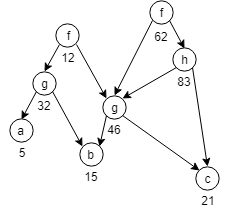
The draw.io diagram presentation/resources/11_sngp_fitness.png in RobinLockyer/Honours-Year-Project, before a commit. Source tidied: cells renumbered, new cells last; positions are measured from the earlier drawing's top-left corner, leaving out a move shared by most shapes.
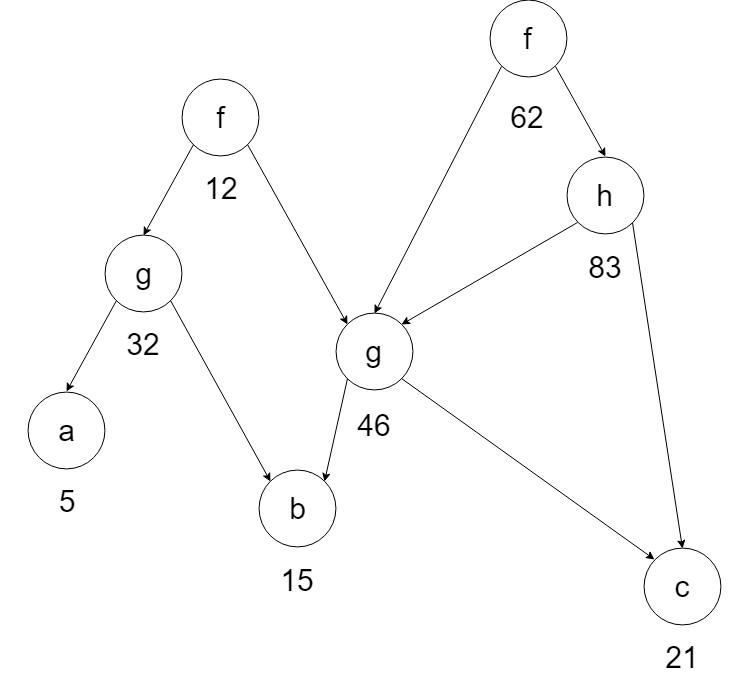
Later version of the same file.

What changed in the source:
```diff
@@ -2,26 +2,26 @@
   <root>
     <mxCell id="0" />
     <mxCell id="1" parent="0" />
-    <mxCell id="2" value="f" style="ellipse;whiteSpace=wrap;html=1;" parent="1" vertex="1">
-      <mxGeometry x="54.7" y="23.8" width="23.3" height="23.3" as="geometry" />
+    <mxCell id="2" value="&lt;font style=&quot;font-size: 30px&quot;&gt;f&lt;/font&gt;" style="ellipse;whiteSpace=wrap;html=1;" parent="1" vertex="1">
+      <mxGeometry x="181.8" y="78.2" width="76.8" height="76.8" as="geometry" />
     </mxCell>
-    <mxCell id="3" value="f" style="ellipse;whiteSpace=wrap;html=1;" parent="1" vertex="1">
-      <mxGeometry x="148" width="23.3" height="23.3" as="geometry" />
+    <mxCell id="3" value="&lt;font style=&quot;font-size: 30px&quot;&gt;f&lt;/font&gt;" style="ellipse;whiteSpace=wrap;html=1;" parent="1" vertex="1">
+      <mxGeometry x="489.3" width="76.8" height="76.8" as="geometry" />
     </mxCell>
-    <mxCell id="4" value="h" style="ellipse;whiteSpace=wrap;html=1;" parent="1" vertex="1">
-      <mxGeometry x="171.3" y="47.5" width="23.3" height="23.3" as="geometry" />
+    <mxCell id="4" value="&lt;font style=&quot;font-size: 30px&quot;&gt;h&lt;/font&gt;" style="ellipse;whiteSpace=wrap;html=1;" parent="1" vertex="1">
+      <mxGeometry x="566.2" y="156.4" width="76.8" height="76.8" as="geometry" />
     </mxCell>
     <mxCell id="5" style="rounded=0;html=1;exitX=1;exitY=1;entryX=0.5;entryY=0;jettySize=auto;endArrow=classic;endFill=1;" parent="1" edge="1" source="3" target="4">
       <mxGeometry relative="1" as="geometry" />
     </mxCell>
-    <mxCell id="6" value="g" style="ellipse;whiteSpace=wrap;html=1;" parent="1" vertex="1">
-      <mxGeometry x="31.3" y="71.2" width="23.3" height="23.3" as="geometry" />
+    <mxCell id="6" value="&lt;font style=&quot;font-size: 30px&quot;&gt;g&lt;/font&gt;" style="ellipse;whiteSpace=wrap;html=1;" parent="1" vertex="1">
+      <mxGeometry x="104.9" y="234.7" width="76.8" height="76.8" as="geometry" />
     </mxCell>
     <mxCell id="7" style="edgeStyle=none;rounded=0;html=1;exitX=0;exitY=1;entryX=0.5;entryY=0;endArrow=classic;endFill=1;jettySize=auto;" parent="1" edge="1" source="2" target="6">
       <mxGeometry relative="1" as="geometry" />
     </mxCell>
-    <mxCell id="8" value="g" style="ellipse;whiteSpace=wrap;html=1;" parent="1" vertex="1">
-      <mxGeometry x="101.3" y="95" width="23.3" height="23.3" as="geometry" />
+    <mxCell id="8" value="&lt;font style=&quot;font-size: 30px&quot;&gt;g&lt;/font&gt;" style="ellipse;whiteSpace=wrap;html=1;" parent="1" vertex="1">
+      <mxGeometry x="335.6" y="312.9" width="76.8" height="76.8" as="geometry" />
     </mxCell>
     <mxCell id="9" style="edgeStyle=none;rounded=0;html=1;exitX=1;exitY=1;entryX=0;entryY=0;endArrow=classic;endFill=1;jettySize=auto;" parent="1" edge="1" source="2" target="8">
       <mxGeometry relative="1" as="geometry" />
@@ -32,14 +32,14 @@
     <mxCell id="11" style="edgeStyle=none;rounded=0;html=1;exitX=0;exitY=1;entryX=1;entryY=0;endArrow=classic;endFill=1;jettySize=auto;" parent="1" edge="1" source="4" target="8">
       <mxGeometry relative="1" as="geometry" />
     </mxCell>
-    <mxCell id="12" value="a" style="ellipse;whiteSpace=wrap;html=1;" parent="1" vertex="1">
-      <mxGeometry x="8" y="118.8" width="23.3" height="23.3" as="geometry" />
+    <mxCell id="12" value="&lt;font style=&quot;font-size: 30px&quot;&gt;a&lt;/font&gt;" style="ellipse;whiteSpace=wrap;html=1;" parent="1" vertex="1">
+      <mxGeometry x="28" y="391.1" width="76.8" height="76.8" as="geometry" />
     </mxCell>
     <mxCell id="13" style="edgeStyle=none;rounded=0;html=1;exitX=0;exitY=1;entryX=0.5;entryY=0;endArrow=classic;endFill=1;jettySize=auto;" parent="1" edge="1" source="6" target="12">
       <mxGeometry relative="1" as="geometry" />
     </mxCell>
-    <mxCell id="14" value="b" style="ellipse;whiteSpace=wrap;html=1;" parent="1" vertex="1">
-      <mxGeometry x="78" y="142.5" width="23.3" height="23.3" as="geometry" />
+    <mxCell id="14" value="&lt;font style=&quot;font-size: 30px&quot;&gt;b&lt;/font&gt;" style="ellipse;whiteSpace=wrap;html=1;" parent="1" vertex="1">
+      <mxGeometry x="258.7" y="469.3" width="76.8" height="76.8" as="geometry" />
     </mxCell>
     <mxCell id="15" style="edgeStyle=none;rounded=0;html=1;exitX=1;exitY=1;entryX=0;entryY=0;endArrow=classic;endFill=1;jettySize=auto;" parent="1" edge="1" source="6" target="14">
       <mxGeometry relative="1" as="geometry" />
@@ -47,8 +47,8 @@
     <mxCell id="16" style="edgeStyle=none;rounded=0;html=1;exitX=0;exitY=1;entryX=1;entryY=0;endArrow=classic;endFill=1;jettySize=auto;" parent="1" edge="1" source="8" target="14">
       <mxGeometry relative="1" as="geometry" />
     </mxCell>
-    <mxCell id="17" value="c" style="ellipse;whiteSpace=wrap;html=1;" parent="1" vertex="1">
-      <mxGeometry x="194.7" y="166.2" width="23.3" height="23.3" as="geometry" />
+    <mxCell id="17" value="&lt;font style=&quot;font-size: 30px&quot;&gt;c&lt;/font&gt;" style="ellipse;whiteSpace=wrap;html=1;" parent="1" vertex="1">
+      <mxGeometry x="643.1" y="547.6" width="76.8" height="76.8" as="geometry" />
     </mxCell>
     <mxCell id="18" style="edgeStyle=none;rounded=0;html=1;exitX=1;exitY=1;entryX=0.5;entryY=0;endArrow=classic;endFill=1;jettySize=auto;" parent="1" edge="1" source="4" target="17">
       <mxGeometry relative="1" as="geometry" />
@@ -56,29 +56,29 @@
     <mxCell id="19" style="edgeStyle=none;rounded=0;html=1;exitX=1;exitY=1;entryX=0;entryY=0;endArrow=classic;endFill=1;jettySize=auto;" parent="1" edge="1" source="8" target="17">
       <mxGeometry relative="1" as="geometry" />
     </mxCell>
-    <mxCell id="20" value="32" style="text;html=1;strokeColor=none;fillColor=none;align=center;verticalAlign=middle;whiteSpace=wrap;rounded=0;" parent="1" vertex="1">
-      <mxGeometry x="23" y="94.5" width="40" height="20" as="geometry" />
+    <mxCell id="20" value="&lt;font style=&quot;font-size: 30px&quot;&gt;32&lt;/font&gt;" style="text;html=1;strokeColor=none;fillColor=none;align=center;verticalAlign=middle;whiteSpace=wrap;rounded=0;" parent="1" vertex="1">
+      <mxGeometry x="77.4" y="311.2" width="131.8" height="65.9" as="geometry" />
     </mxCell>
-    <mxCell id="21" value="12" style="text;html=1;strokeColor=none;fillColor=none;align=center;verticalAlign=middle;whiteSpace=wrap;rounded=0;" parent="1" vertex="1">
-      <mxGeometry x="46.5" y="47" width="40" height="20" as="geometry" />
+    <mxCell id="21" value="&lt;font style=&quot;font-size: 30px&quot;&gt;12&lt;/font&gt;" style="text;html=1;strokeColor=none;fillColor=none;align=center;verticalAlign=middle;whiteSpace=wrap;rounded=0;" parent="1" vertex="1">
+      <mxGeometry x="154.9" y="154.8" width="131.8" height="65.9" as="geometry" />
     </mxCell>
-    <mxCell id="22" value="5" style="text;html=1;strokeColor=none;fillColor=none;align=center;verticalAlign=middle;whiteSpace=wrap;rounded=0;" parent="1" vertex="1">
-      <mxGeometry x="-0.5" y="142" width="40" height="20" as="geometry" />
+    <mxCell id="22" value="&lt;font style=&quot;font-size: 30px&quot;&gt;5&lt;/font&gt;" style="text;html=1;strokeColor=none;fillColor=none;align=center;verticalAlign=middle;whiteSpace=wrap;rounded=0;" parent="1" vertex="1">
+      <mxGeometry y="467.7" width="131.8" height="65.9" as="geometry" />
     </mxCell>
-    <mxCell id="23" value="15" style="text;html=1;strokeColor=none;fillColor=none;align=center;verticalAlign=middle;whiteSpace=wrap;rounded=0;" parent="1" vertex="1">
-      <mxGeometry x="69.5" y="166" width="40" height="20" as="geometry" />
+    <mxCell id="23" value="&lt;font style=&quot;font-size: 30px&quot;&gt;15&lt;/font&gt;" style="text;html=1;strokeColor=none;fillColor=none;align=center;verticalAlign=middle;whiteSpace=wrap;rounded=0;" parent="1" vertex="1">
+      <mxGeometry x="230.7" y="546.7" width="131.8" height="65.9" as="geometry" />
     </mxCell>
-    <mxCell id="24" value="83" style="text;html=1;strokeColor=none;fillColor=none;align=center;verticalAlign=middle;whiteSpace=wrap;rounded=0;" parent="1" vertex="1">
-      <mxGeometry x="163" y="71" width="40" height="20" as="geometry" />
+    <mxCell id="24" value="&lt;font style=&quot;font-size: 30px&quot;&gt;83&lt;/font&gt;" style="text;html=1;strokeColor=none;fillColor=none;align=center;verticalAlign=middle;whiteSpace=wrap;rounded=0;" parent="1" vertex="1">
+      <mxGeometry x="538.8" y="233.8" width="131.8" height="65.9" as="geometry" />
     </mxCell>
-    <mxCell id="25" value="21" style="text;html=1;strokeColor=none;fillColor=none;align=center;verticalAlign=middle;whiteSpace=wrap;rounded=0;" parent="1" vertex="1">
-      <mxGeometry x="186.5" y="189.5" width="40" height="20" as="geometry" />
+    <mxCell id="25" value="&lt;font style=&quot;font-size: 30px&quot;&gt;21&lt;/font&gt;" style="text;html=1;strokeColor=none;fillColor=none;align=center;verticalAlign=middle;whiteSpace=wrap;rounded=0;" parent="1" vertex="1">
+      <mxGeometry x="616.2" y="624.1" width="131.8" height="65.9" as="geometry" />
     </mxCell>
-    <mxCell id="26" value="62" style="text;html=1;strokeColor=none;fillColor=none;align=center;verticalAlign=middle;whiteSpace=wrap;rounded=0;" parent="1" vertex="1">
-      <mxGeometry x="139.5" y="25.5" width="40" height="20" as="geometry" />
+    <mxCell id="26" value="&lt;font style=&quot;font-size: 30px&quot;&gt;62&lt;/font&gt;" style="text;html=1;strokeColor=none;fillColor=none;align=center;verticalAlign=middle;whiteSpace=wrap;rounded=0;" parent="1" vertex="1">
+      <mxGeometry x="461.3" y="84" width="131.8" height="65.9" as="geometry" />
     </mxCell>
-    <mxCell id="27" value="46" style="text;html=1;strokeColor=none;fillColor=none;align=center;verticalAlign=middle;whiteSpace=wrap;rounded=0;" parent="1" vertex="1">
-      <mxGeometry x="93" y="119" width="40" height="20" as="geometry" />
+    <mxCell id="27" value="&lt;font style=&quot;font-size: 30px&quot;&gt;46&lt;/font&gt;" style="text;html=1;strokeColor=none;fillColor=none;align=center;verticalAlign=middle;whiteSpace=wrap;rounded=0;" parent="1" vertex="1">
+      <mxGeometry x="308.1" y="391.9" width="131.8" height="65.9" as="geometry" />
     </mxCell>
   </root>
 </mxGraphModel>
```
